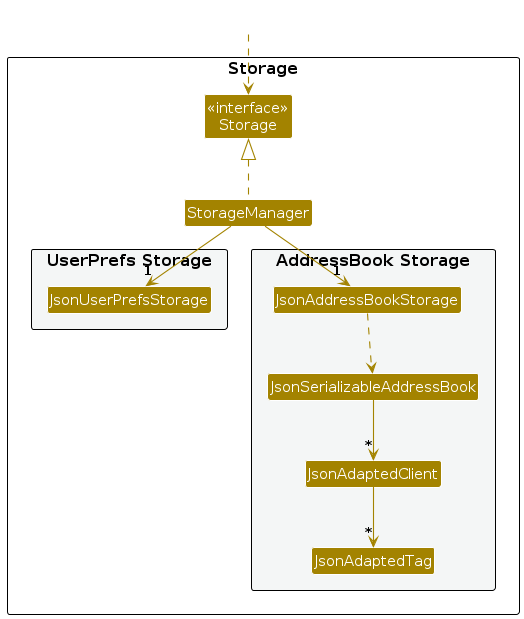
The PlantUML diagram diagrams/StorageClassDiagram.png in AY2627S1-CS2103T-T14-4/tp, before a commit. Its source is kept beside it as diagrams/StorageClassDiagram.puml.
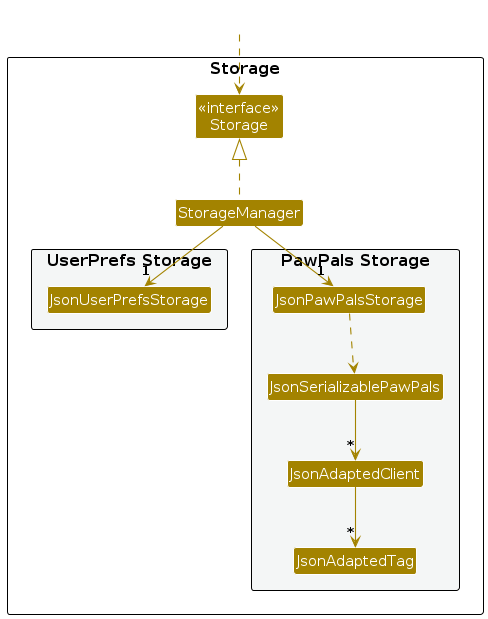
After the change.

Diff of the diagram source:
```diff
@@ -13,9 +13,9 @@
 Class JsonUserPrefsStorage
 }
 
-package "AddressBook Storage" #F4F6F6{
-Class JsonAddressBookStorage
-Class JsonSerializableAddressBook
+package "PawPals Storage" #F4F6F6{
+Class JsonPawPalsStorage
+Class JsonSerializablePawPals
 Class JsonAdaptedClient
 Class JsonAdaptedTag
 }
@@ -27,10 +27,10 @@
 
 StorageManager .up.|> Storage
 StorageManager -down-> "1" JsonUserPrefsStorage
-StorageManager -down-> "1" JsonAddressBookStorage
+StorageManager -down-> "1" JsonPawPalsStorage
 
-JsonAddressBookStorage ..> JsonSerializableAddressBook
-JsonSerializableAddressBook --> "*" JsonAdaptedClient
+JsonPawPalsStorage ..> JsonSerializablePawPals
+JsonSerializablePawPals --> "*" JsonAdaptedClient
 JsonAdaptedClient --> "*" JsonAdaptedTag
 
 @enduml
```
